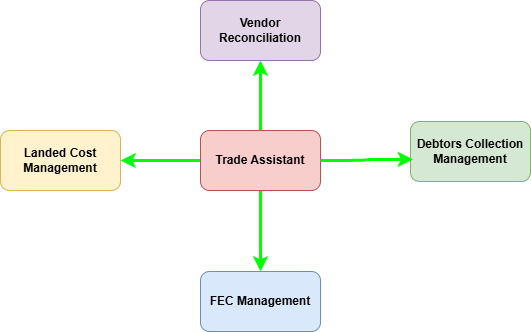
braintree-brainworx/trade_assistant keeps this draw.io diagram as Overview.drawio.png. Above is the earlier version. Source tidied: cells renumbered, new cells last; positions are measured from the earlier drawing's top-left corner, leaving out a move shared by most shapes.
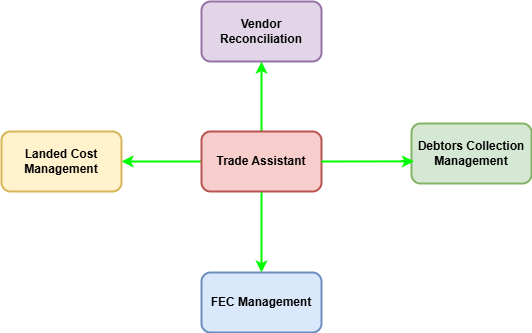
Above is the later version.

Commit message:
get links to work

Change to the diagram source:
```diff
@@ -2,31 +2,31 @@
   <root>
     <mxCell id="0" />
     <mxCell id="1" parent="0" />
-    <mxCell id="2" style="edgeStyle=orthogonalEdgeStyle;html=1;fontStyle=1;strokeWidth=3;strokeColor=#00FF00;" parent="1" edge="1" source="5" target="7">
+    <mxCell id="2" style="edgeStyle=orthogonalEdgeStyle;html=1;fontStyle=1;strokeWidth=2;strokeColor=#00FF00;" parent="1" edge="1" source="5" target="7">
       <mxGeometry relative="1" as="geometry" />
     </mxCell>
-    <mxCell id="3" style="edgeStyle=orthogonalEdgeStyle;html=1;curved=1;exitX=0.5;exitY=1;exitDx=0;exitDy=0;fontStyle=1;strokeWidth=3;strokeColor=#00FF00;" parent="1" edge="1" source="5" target="8">
+    <mxCell id="3" style="edgeStyle=orthogonalEdgeStyle;html=1;curved=1;exitX=0.5;exitY=1;exitDx=0;exitDy=0;fontStyle=1;strokeWidth=2;strokeColor=#00FF00;" parent="1" edge="1" source="5" target="8">
       <mxGeometry relative="1" as="geometry" />
     </mxCell>
-    <mxCell id="4" style="edgeStyle=orthogonalEdgeStyle;html=1;exitX=0;exitY=0.5;exitDx=0;exitDy=0;curved=1;fontStyle=1;strokeWidth=3;strokeColor=#00FF00;" parent="1" edge="1" source="5" target="6">
+    <mxCell id="4" style="edgeStyle=orthogonalEdgeStyle;html=1;exitX=0;exitY=0.5;exitDx=0;exitDy=0;curved=1;fontStyle=1;strokeWidth=2;strokeColor=#00FF00;" parent="1" edge="1" source="5" target="6">
       <mxGeometry relative="1" as="geometry" />
     </mxCell>
-    <mxCell id="5" value="Trade Assistant" style="rounded=1;whiteSpace=wrap;html=1;fillColor=#f8cecc;strokeColor=#b85450;fontStyle=1;" parent="1" vertex="1">
+    <mxCell id="5" value="Trade Assistant" style="rounded=1;whiteSpace=wrap;html=1;fillColor=#f8cecc;strokeColor=#b85450;fontStyle=1;strokeWidth=2;" parent="1" vertex="1">
       <mxGeometry x="200" y="130" width="120" height="60" as="geometry" />
     </mxCell>
-    <mxCell id="6" value="Landed Cost Management" style="rounded=1;whiteSpace=wrap;html=1;fontStyle=1;fillColor=#fff2cc;strokeColor=#d6b656;" parent="1" vertex="1">
+    <mxCell id="6" value="Landed Cost Management" style="rounded=1;whiteSpace=wrap;html=1;fontStyle=1;fillColor=#fff2cc;strokeColor=#d6b656;strokeWidth=2;" parent="1" vertex="1">
       <mxGeometry y="130" width="120" height="60" as="geometry" />
     </mxCell>
-    <mxCell id="7" value="Vendor Reconciliation" style="whiteSpace=wrap;html=1;rounded=1;fontStyle=1;fillColor=#e1d5e7;strokeColor=#9673a6;" parent="1" vertex="1">
+    <mxCell id="7" value="Vendor Reconciliation" style="whiteSpace=wrap;html=1;rounded=1;fontStyle=1;fillColor=#e1d5e7;strokeColor=#9673a6;strokeWidth=2;" parent="1" vertex="1">
       <mxGeometry x="200" width="120" height="60" as="geometry" />
     </mxCell>
-    <mxCell id="8" value="FEC Management" style="whiteSpace=wrap;html=1;rounded=1;fontStyle=1;fillColor=#dae8fc;strokeColor=#6c8ebf;" parent="1" vertex="1">
+    <mxCell id="8" value="FEC Management" style="whiteSpace=wrap;html=1;rounded=1;fontStyle=1;fillColor=#dae8fc;strokeColor=#6c8ebf;strokeWidth=2;" parent="1" vertex="1">
       <mxGeometry x="200" y="271" width="120" height="60" as="geometry" />
     </mxCell>
-    <mxCell id="9" value="Debtors Collection Management" style="rounded=1;whiteSpace=wrap;html=1;fontStyle=1;fillColor=#d5e8d4;strokeColor=#82b366;" parent="1" vertex="1">
-      <mxGeometry x="410" y="121" width="120" height="60" as="geometry" />
+    <mxCell id="9" value="Debtors Collection Management" style="rounded=1;whiteSpace=wrap;html=1;fontStyle=1;fillColor=#d5e8d4;strokeColor=#82b366;strokeWidth=2;" parent="1" vertex="1">
+      <mxGeometry x="410" y="122" width="120" height="60" as="geometry" />
     </mxCell>
-    <mxCell id="10" style="edgeStyle=orthogonalEdgeStyle;curved=1;html=1;exitX=1;exitY=0.5;exitDx=0;exitDy=0;entryX=0.02;entryY=0.631;entryDx=0;entryDy=0;entryPerimeter=0;fontStyle=1;strokeWidth=3;strokeColor=#00FF00;" parent="1" edge="1" source="5" target="9">
+    <mxCell id="10" style="edgeStyle=orthogonalEdgeStyle;curved=1;html=1;exitX=1;exitY=0.5;exitDx=0;exitDy=0;entryX=0.02;entryY=0.631;entryDx=0;entryDy=0;entryPerimeter=0;fontStyle=1;strokeWidth=2;strokeColor=#00FF00;" parent="1" edge="1" source="5" target="9">
       <mxGeometry relative="1" as="geometry" />
     </mxCell>
   </root>
```
